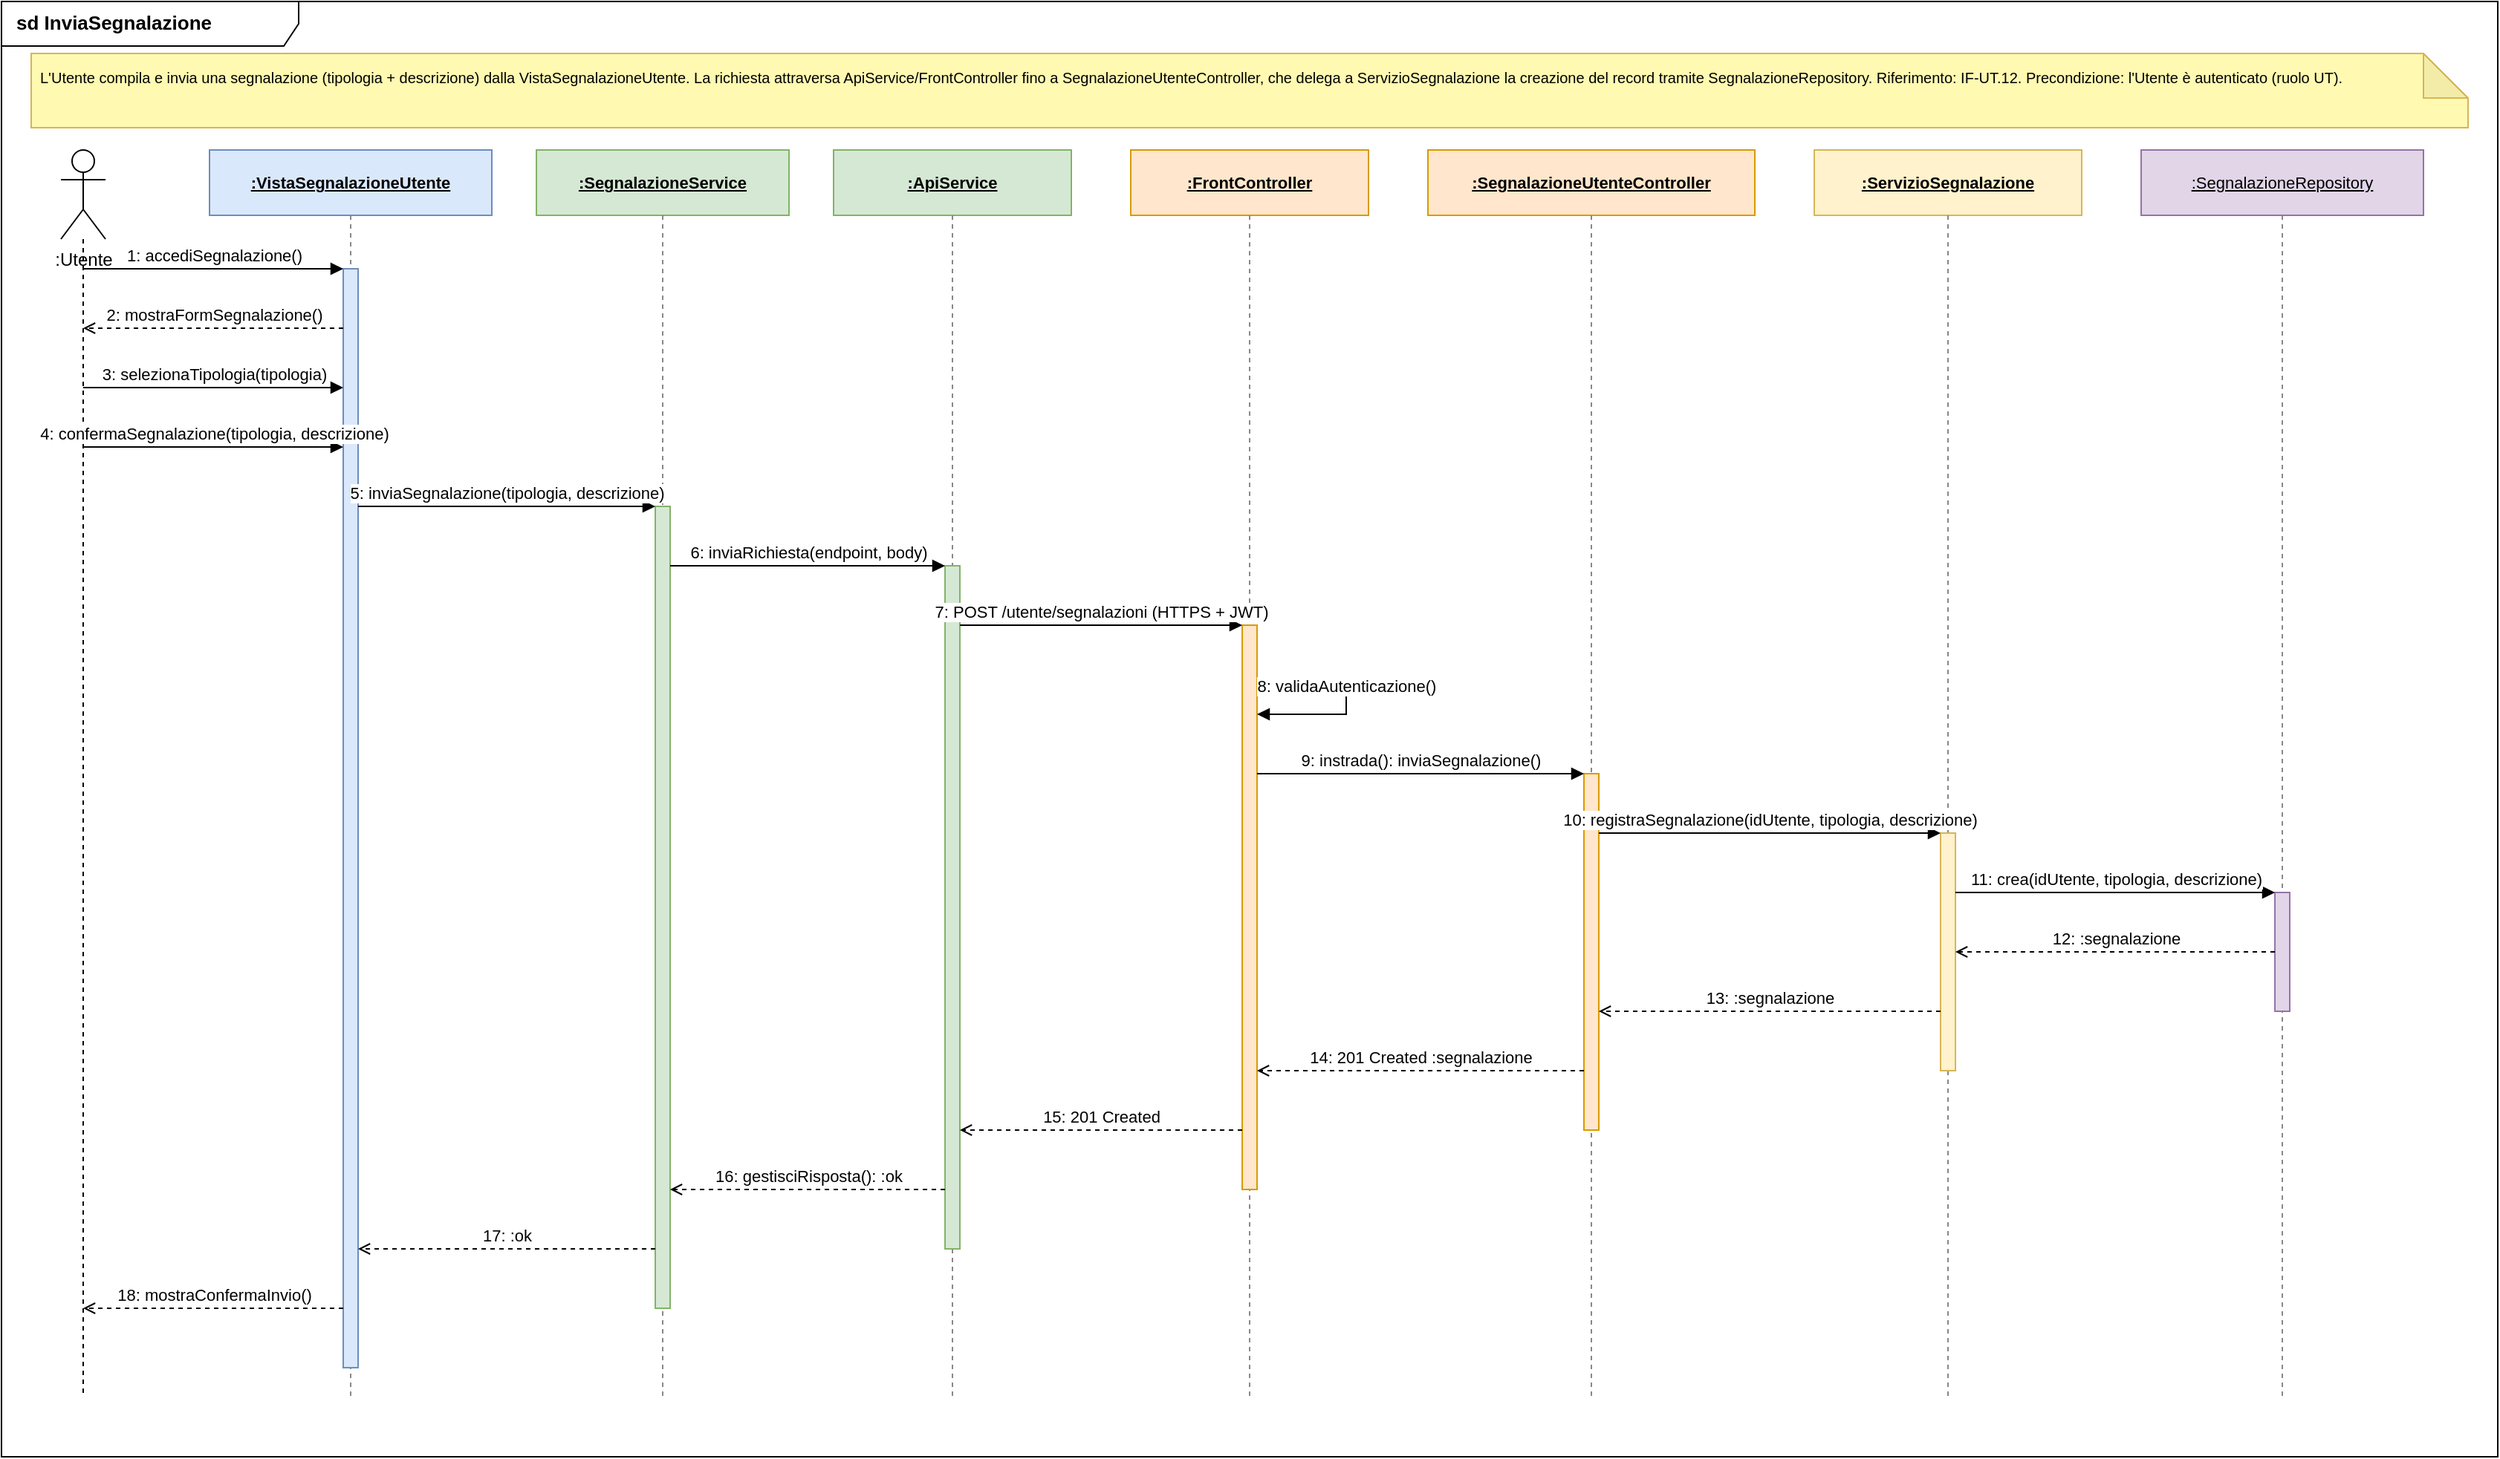
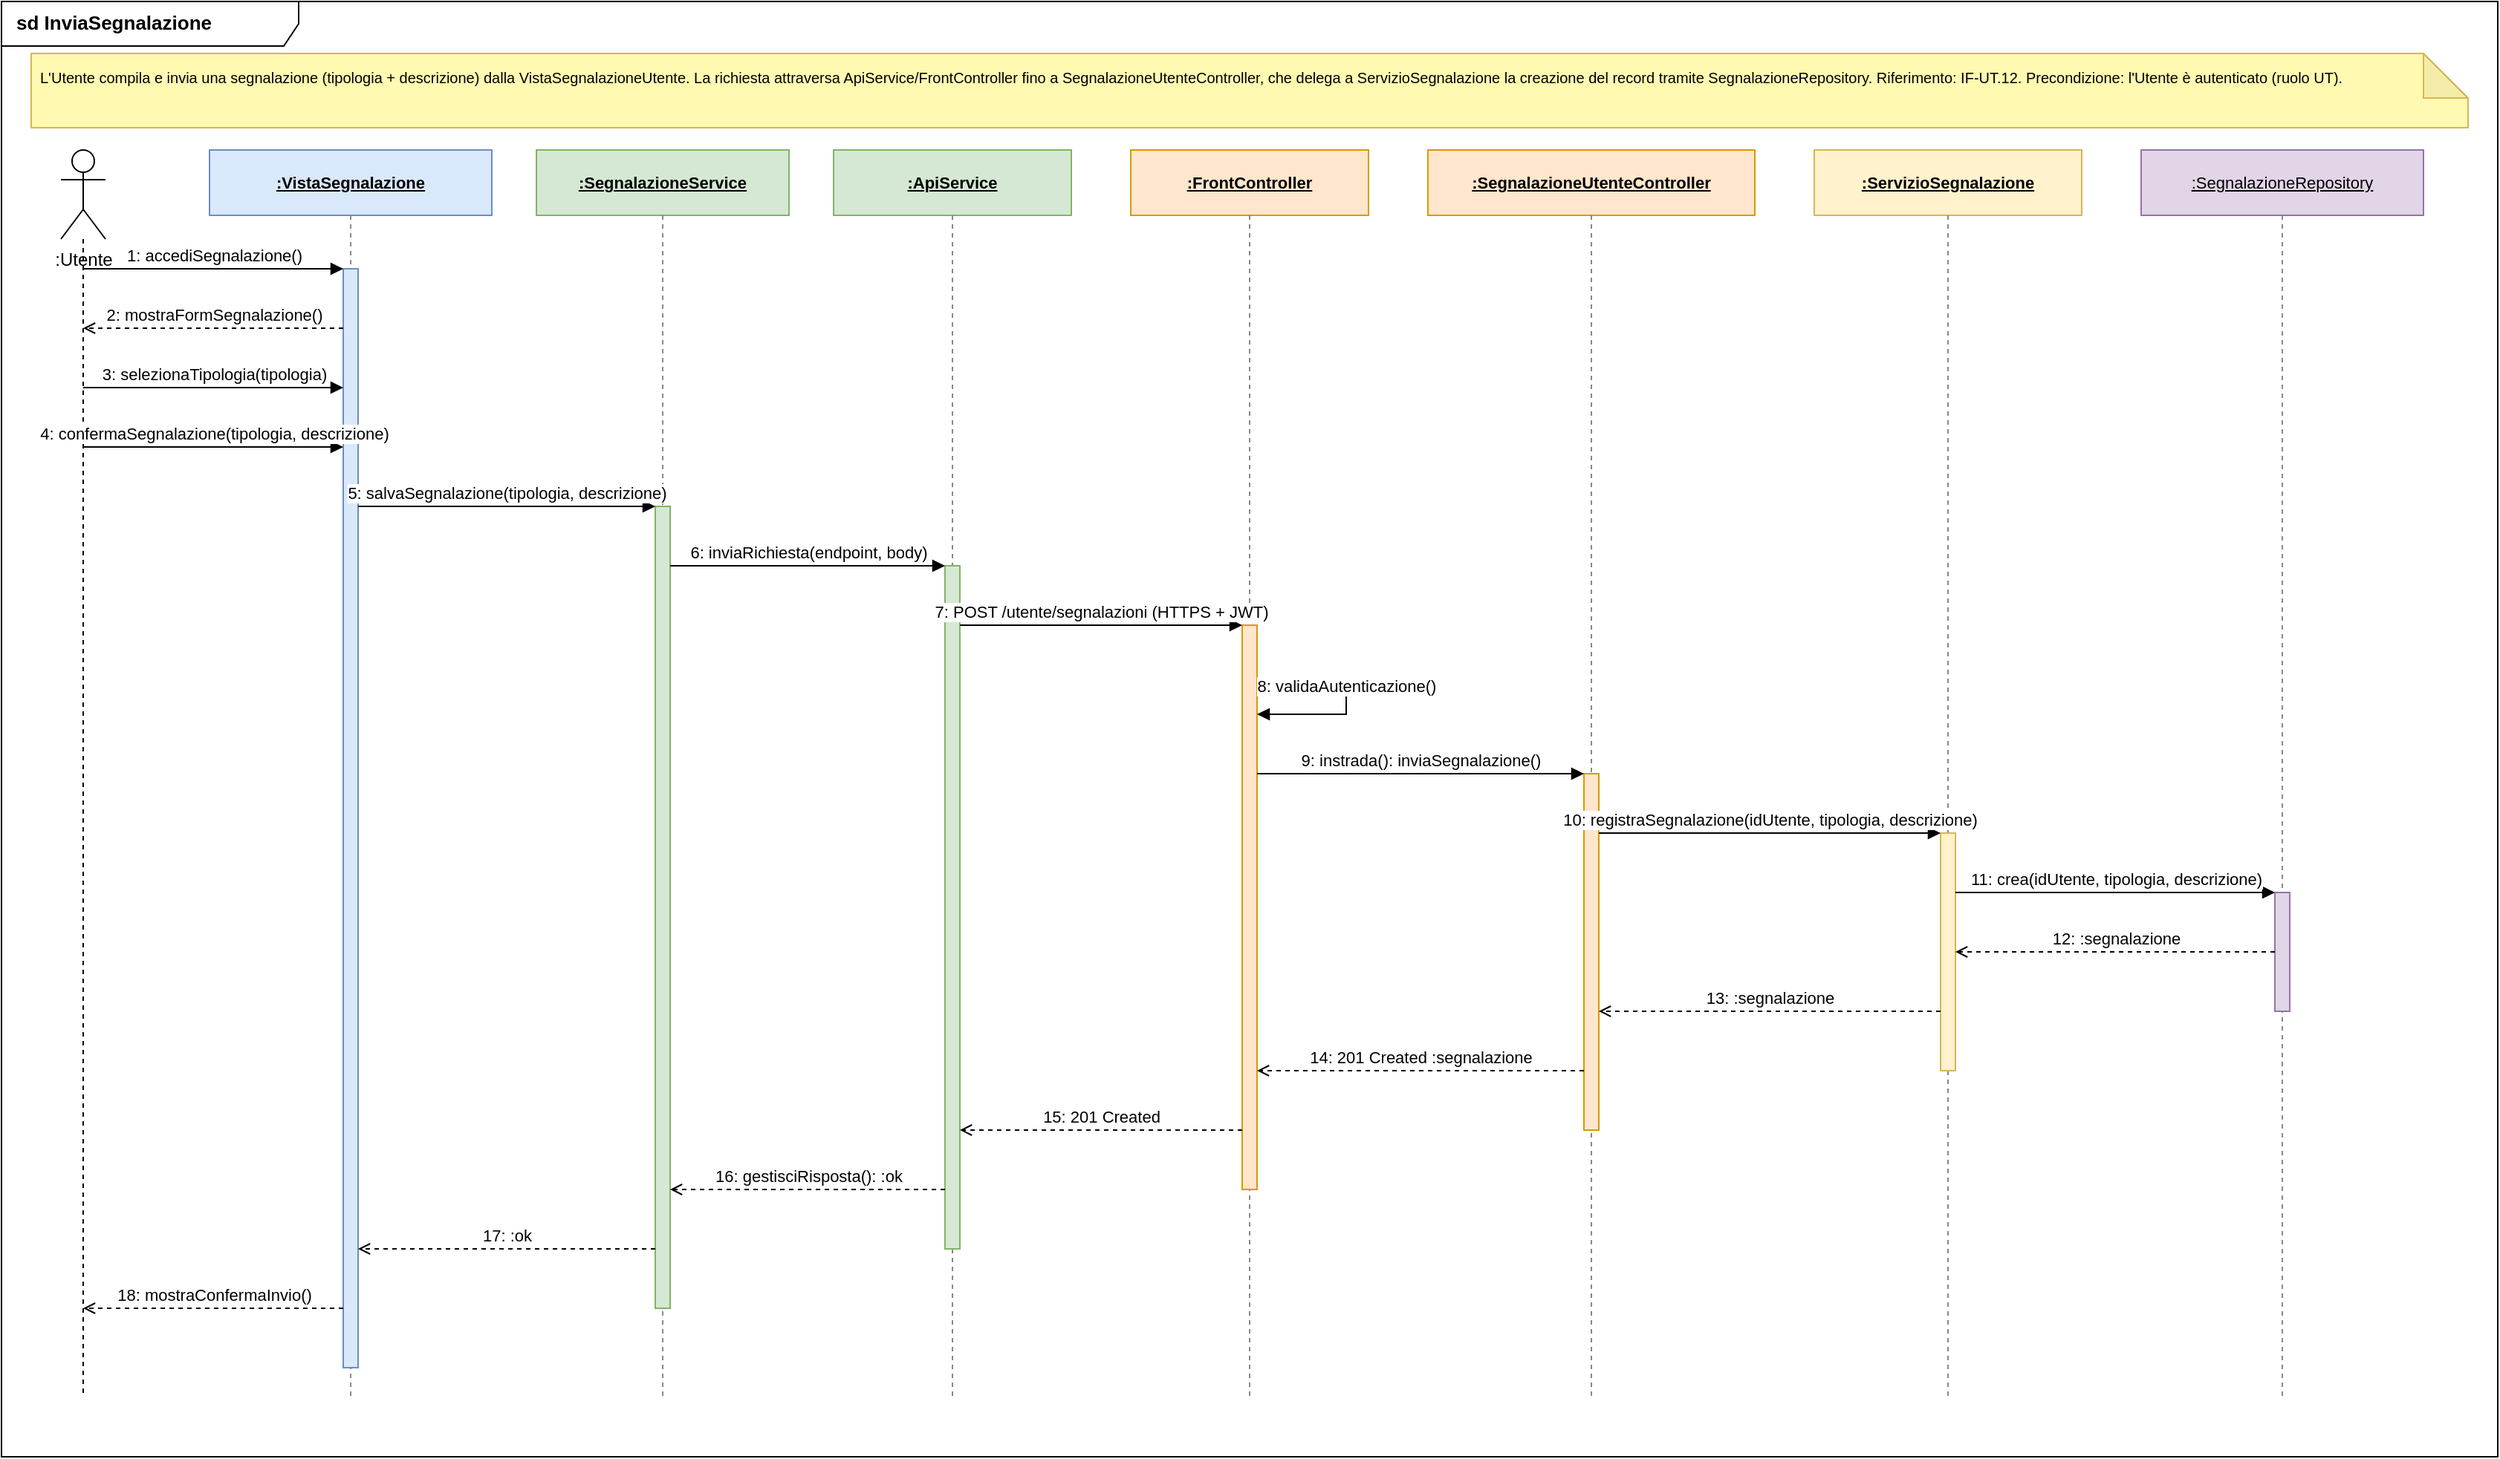
<mxfile host="65bd71144e">
    <diagram name="SD - IF-UT.12 InviaSegnalazione" id="0">
        <mxGraphModel dx="721" dy="613" grid="1" gridSize="10" guides="1" tooltips="1" connect="1" arrows="1" fold="1" page="1" pageScale="1" pageWidth="1700" pageHeight="1000" background="#FFFFFF" math="0" shadow="0">
            <root>
                <mxCell id="0"/>
                <mxCell id="1" parent="0"/>
                <mxCell id="frame" value="sd InviaSegnalazione" style="shape=umlFrame;whiteSpace=wrap;html=1;fontSize=13;fontStyle=1;align=left;spacingLeft=8;verticalAlign=top;width=200;height=30;" parent="1" vertex="1">
                    <mxGeometry x="20" y="20" width="1680" height="980" as="geometry"/>
                </mxCell>
                <mxCell id="note" value="L'Utente compila e invia una segnalazione (tipologia + descrizione) dalla VistaSegnalazioneUtente. La richiesta attraversa ApiService/FrontController fino a SegnalazioneUtenteController, che delega a ServizioSegnalazione la creazione del record tramite SegnalazioneRepository. Riferimento: IF-UT.12. Precondizione: l'Utente è autenticato (ruolo UT)." style="shape=note;whiteSpace=wrap;html=1;backgroundOutline=1;darkOpacity=0.05;fillColor=#FFF9B1;strokeColor=#d6b656;fontSize=10;align=left;verticalAlign=top;spacing=6;" parent="1" vertex="1">
                    <mxGeometry x="40" y="55" width="1640" height="50" as="geometry"/>
                </mxCell>
                <mxCell id="actor" value=":Utente" style="shape=umlActor;verticalLabelPosition=bottom;verticalAlign=top;html=1;outlineConnect=0;" parent="1" vertex="1">
                    <mxGeometry x="60" y="120" width="30" height="60" as="geometry"/>
                </mxCell>
                <mxCell id="actor_line" value="" style="endArrow=none;dashed=1;html=1;strokeColor=#000000;" parent="1" edge="1">
                    <mxGeometry relative="1" as="geometry">
                        <mxPoint x="75" y="180" as="sourcePoint"/>
                        <mxPoint x="75" y="960" as="targetPoint"/>
                    </mxGeometry>
                </mxCell>
-                 <mxCell id="lbl_vista" value="&lt;b&gt;&lt;u&gt;:VistaSegnalazioneUtente&lt;/u&gt;&lt;/b&gt;" style="rounded=0;whiteSpace=wrap;html=1;fillColor=#dae8fc;strokeColor=#6c8ebf;fontSize=11;" parent="1" vertex="1">
+                 <mxCell id="lbl_vista" value="&lt;b&gt;&lt;u&gt;:VistaSegnalazione&lt;/u&gt;&lt;/b&gt;" style="rounded=0;whiteSpace=wrap;html=1;fillColor=#dae8fc;strokeColor=#6c8ebf;fontSize=11;" parent="1" vertex="1">
                    <mxGeometry x="160" y="120" width="190" height="44" as="geometry"/>
                </mxCell>
                <mxCell id="line_vista" value="" style="endArrow=none;dashed=1;html=1;strokeColor=#888888;" parent="1" edge="1">
                    <mxGeometry relative="1" as="geometry">
                        <mxPoint x="255" y="164" as="sourcePoint"/>
                        <mxPoint x="255" y="960" as="targetPoint"/>
                    </mxGeometry>
                </mxCell>
                <mxCell id="lbl_svc_client" value="&lt;b&gt;&lt;u&gt;:SegnalazioneService&lt;/u&gt;&lt;/b&gt;" style="rounded=0;whiteSpace=wrap;html=1;fillColor=#d5e8d4;strokeColor=#82b366;fontSize=11;" parent="1" vertex="1">
                    <mxGeometry x="380" y="120" width="170" height="44" as="geometry"/>
                </mxCell>
                <mxCell id="line_svc_client" value="" style="endArrow=none;dashed=1;html=1;strokeColor=#888888;" parent="1" edge="1">
                    <mxGeometry relative="1" as="geometry">
                        <mxPoint x="465" y="164" as="sourcePoint"/>
                        <mxPoint x="465" y="960" as="targetPoint"/>
                    </mxGeometry>
                </mxCell>
                <mxCell id="lbl_api" value="&lt;b&gt;&lt;u&gt;:ApiService&lt;/u&gt;&lt;/b&gt;" style="rounded=0;whiteSpace=wrap;html=1;fillColor=#d5e8d4;strokeColor=#82b366;fontSize=11;" parent="1" vertex="1">
                    <mxGeometry x="580" y="120" width="160" height="44" as="geometry"/>
                </mxCell>
                <mxCell id="line_api" value="" style="endArrow=none;dashed=1;html=1;strokeColor=#888888;" parent="1" edge="1">
                    <mxGeometry relative="1" as="geometry">
                        <mxPoint x="660" y="164" as="sourcePoint"/>
                        <mxPoint x="660" y="960" as="targetPoint"/>
                    </mxGeometry>
                </mxCell>
                <mxCell id="lbl_front" value="&lt;b&gt;&lt;u&gt;:FrontController&lt;/u&gt;&lt;/b&gt;" style="rounded=0;whiteSpace=wrap;html=1;fillColor=#ffe6cc;strokeColor=#d79b00;fontSize=11;" parent="1" vertex="1">
                    <mxGeometry x="780" y="120" width="160" height="44" as="geometry"/>
                </mxCell>
                <mxCell id="line_front" value="" style="endArrow=none;dashed=1;html=1;strokeColor=#888888;" parent="1" edge="1">
                    <mxGeometry relative="1" as="geometry">
                        <mxPoint x="860" y="164" as="sourcePoint"/>
                        <mxPoint x="860" y="960" as="targetPoint"/>
                    </mxGeometry>
                </mxCell>
                <mxCell id="lbl_ctrl" value="&lt;b&gt;&lt;u&gt;:SegnalazioneUtenteController&lt;/u&gt;&lt;/b&gt;" style="rounded=0;whiteSpace=wrap;html=1;fillColor=#ffe6cc;strokeColor=#d79b00;fontSize=11;" parent="1" vertex="1">
                    <mxGeometry x="980" y="120" width="220" height="44" as="geometry"/>
                </mxCell>
                <mxCell id="line_ctrl" value="" style="endArrow=none;dashed=1;html=1;strokeColor=#888888;" parent="1" edge="1">
                    <mxGeometry relative="1" as="geometry">
                        <mxPoint x="1090" y="164" as="sourcePoint"/>
                        <mxPoint x="1090" y="960" as="targetPoint"/>
                    </mxGeometry>
                </mxCell>
                <mxCell id="lbl_svc" value="&lt;b&gt;&lt;u&gt;:ServizioSegnalazione&lt;/u&gt;&lt;/b&gt;" style="rounded=0;whiteSpace=wrap;html=1;fillColor=#fff2cc;strokeColor=#d6b656;fontSize=11;" parent="1" vertex="1">
                    <mxGeometry x="1240" y="120" width="180" height="44" as="geometry"/>
                </mxCell>
                <mxCell id="line_svc" value="" style="endArrow=none;dashed=1;html=1;strokeColor=#888888;" parent="1" edge="1">
                    <mxGeometry relative="1" as="geometry">
                        <mxPoint x="1330" y="164" as="sourcePoint"/>
                        <mxPoint x="1330" y="960" as="targetPoint"/>
                    </mxGeometry>
                </mxCell>
                <mxCell id="lbl_repo" value="&lt;u&gt;:SegnalazioneRepository&lt;/u&gt;" style="rounded=0;whiteSpace=wrap;html=1;fillColor=#e1d5e7;strokeColor=#9673a6;fontSize=11;" parent="1" vertex="1">
                    <mxGeometry x="1460" y="120" width="190" height="44" as="geometry"/>
                </mxCell>
                <mxCell id="line_repo" value="" style="endArrow=none;dashed=1;html=1;strokeColor=#888888;" parent="1" edge="1">
                    <mxGeometry relative="1" as="geometry">
                        <mxPoint x="1555" y="164" as="sourcePoint"/>
                        <mxPoint x="1555" y="960" as="targetPoint"/>
                    </mxGeometry>
                </mxCell>
                <mxCell id="act_vista" value="" style="html=1;points=[];perimeter=mxPerimeter.rectanglePerimeter;fillColor=#dae8fc;strokeColor=#6c8ebf;" parent="1" vertex="1">
                    <mxGeometry x="250" y="200" width="10" height="740" as="geometry"/>
                </mxCell>
                <mxCell id="act_svc_client" value="" style="html=1;points=[];perimeter=mxPerimeter.rectanglePerimeter;fillColor=#d5e8d4;strokeColor=#82b366;" parent="1" vertex="1">
                    <mxGeometry x="460" y="360" width="10" height="540" as="geometry"/>
                </mxCell>
                <mxCell id="act_api" value="" style="html=1;points=[];perimeter=mxPerimeter.rectanglePerimeter;fillColor=#d5e8d4;strokeColor=#82b366;" parent="1" vertex="1">
                    <mxGeometry x="655" y="400" width="10" height="460" as="geometry"/>
                </mxCell>
                <mxCell id="act_front" value="" style="html=1;points=[];perimeter=mxPerimeter.rectanglePerimeter;fillColor=#ffe6cc;strokeColor=#d79b00;" parent="1" vertex="1">
                    <mxGeometry x="855" y="440" width="10" height="380" as="geometry"/>
                </mxCell>
                <mxCell id="act_ctrl" value="" style="html=1;points=[];perimeter=mxPerimeter.rectanglePerimeter;fillColor=#ffe6cc;strokeColor=#d79b00;" parent="1" vertex="1">
                    <mxGeometry x="1085" y="540" width="10" height="240" as="geometry"/>
                </mxCell>
                <mxCell id="act_svc" value="" style="html=1;points=[];perimeter=mxPerimeter.rectanglePerimeter;fillColor=#fff2cc;strokeColor=#d6b656;" parent="1" vertex="1">
                    <mxGeometry x="1325" y="580" width="10" height="160" as="geometry"/>
                </mxCell>
                <mxCell id="act_repo" value="" style="html=1;points=[];perimeter=mxPerimeter.rectanglePerimeter;fillColor=#e1d5e7;strokeColor=#9673a6;" parent="1" vertex="1">
                    <mxGeometry x="1550" y="620" width="10" height="80" as="geometry"/>
                </mxCell>
                <mxCell id="m1" value="1: accediSegnalazione()" style="html=1;verticalAlign=bottom;endArrow=block;endFill=1;fontSize=11;" parent="1" edge="1">
                    <mxGeometry relative="1" as="geometry">
                        <mxPoint x="75" y="200" as="sourcePoint"/>
                        <mxPoint x="250" y="200" as="targetPoint"/>
                    </mxGeometry>
                </mxCell>
                <mxCell id="m2" value="2: mostraFormSegnalazione()" style="html=1;verticalAlign=bottom;dashed=1;endArrow=open;endFill=0;fontSize=11;" parent="1" edge="1">
                    <mxGeometry relative="1" as="geometry">
                        <mxPoint x="250" y="240" as="sourcePoint"/>
                        <mxPoint x="75" y="240" as="targetPoint"/>
                    </mxGeometry>
                </mxCell>
                <mxCell id="m3" value="3: selezionaTipologia(tipologia)" style="html=1;verticalAlign=bottom;endArrow=block;endFill=1;fontSize=11;" parent="1" edge="1">
                    <mxGeometry relative="1" as="geometry">
                        <mxPoint x="75" y="280" as="sourcePoint"/>
                        <mxPoint x="250" y="280" as="targetPoint"/>
                    </mxGeometry>
                </mxCell>
                <mxCell id="m4" value="4: confermaSegnalazione(tipologia, descrizione)" style="html=1;verticalAlign=bottom;endArrow=block;endFill=1;fontSize=11;" parent="1" edge="1">
                    <mxGeometry relative="1" as="geometry">
                        <mxPoint x="75" y="320" as="sourcePoint"/>
                        <mxPoint x="250" y="320" as="targetPoint"/>
                    </mxGeometry>
                </mxCell>
-                 <mxCell id="m5" value="5: inviaSegnalazione(tipologia, descrizione)" style="html=1;verticalAlign=bottom;endArrow=block;endFill=1;fontSize=11;" parent="1" edge="1">
+                 <mxCell id="m5" value="5: salvaSegnalazione(tipologia, descrizione)" style="html=1;verticalAlign=bottom;endArrow=block;endFill=1;fontSize=11;" parent="1" edge="1">
                    <mxGeometry relative="1" as="geometry">
                        <mxPoint x="260" y="360" as="sourcePoint"/>
                        <mxPoint x="460" y="360" as="targetPoint"/>
                    </mxGeometry>
                </mxCell>
                <mxCell id="m6" value="6: inviaRichiesta(endpoint, body)" style="html=1;verticalAlign=bottom;endArrow=block;endFill=1;fontSize=11;" parent="1" edge="1">
                    <mxGeometry relative="1" as="geometry">
                        <mxPoint x="470" y="400" as="sourcePoint"/>
                        <mxPoint x="655" y="400" as="targetPoint"/>
                    </mxGeometry>
                </mxCell>
                <mxCell id="m7" value="7: POST /utente/segnalazioni (HTTPS + JWT)" style="html=1;verticalAlign=bottom;endArrow=block;endFill=1;fontSize=11;" parent="1" edge="1">
                    <mxGeometry relative="1" as="geometry">
                        <mxPoint x="665" y="440" as="sourcePoint"/>
                        <mxPoint x="855" y="440" as="targetPoint"/>
                    </mxGeometry>
                </mxCell>
                <mxCell id="m8" value="8: validaAutenticazione()" style="html=1;verticalAlign=bottom;endArrow=block;endFill=1;fontSize=11;rounded=0;" parent="1" edge="1">
                    <mxGeometry relative="1" as="geometry">
                        <Array as="points">
                            <mxPoint x="925" y="480"/>
                            <mxPoint x="925" y="500"/>
                        </Array>
                        <mxPoint x="865" y="480" as="sourcePoint"/>
                        <mxPoint x="865" y="500" as="targetPoint"/>
                    </mxGeometry>
                </mxCell>
                <mxCell id="m9" value="9: instrada(): inviaSegnalazione()" style="html=1;verticalAlign=bottom;endArrow=block;endFill=1;fontSize=11;" parent="1" edge="1">
                    <mxGeometry relative="1" as="geometry">
                        <mxPoint x="865" y="540" as="sourcePoint"/>
                        <mxPoint x="1085" y="540" as="targetPoint"/>
                    </mxGeometry>
                </mxCell>
                <mxCell id="m10" value="10: registraSegnalazione(idUtente, tipologia, descrizione)" style="html=1;verticalAlign=bottom;endArrow=block;endFill=1;fontSize=11;" parent="1" edge="1">
                    <mxGeometry relative="1" as="geometry">
                        <mxPoint x="1095" y="580" as="sourcePoint"/>
                        <mxPoint x="1325" y="580" as="targetPoint"/>
                    </mxGeometry>
                </mxCell>
                <mxCell id="m11" value="11: crea(idUtente, tipologia, descrizione)" style="html=1;verticalAlign=bottom;endArrow=block;endFill=1;fontSize=11;" parent="1" edge="1">
                    <mxGeometry relative="1" as="geometry">
                        <mxPoint x="1335" y="620" as="sourcePoint"/>
                        <mxPoint x="1550" y="620" as="targetPoint"/>
                    </mxGeometry>
                </mxCell>
                <mxCell id="m12" value="12: :segnalazione" style="html=1;verticalAlign=bottom;dashed=1;endArrow=open;endFill=0;fontSize=11;" parent="1" edge="1">
                    <mxGeometry relative="1" as="geometry">
                        <mxPoint x="1550" y="660" as="sourcePoint"/>
                        <mxPoint x="1335" y="660" as="targetPoint"/>
                    </mxGeometry>
                </mxCell>
                <mxCell id="m13" value="13: :segnalazione" style="html=1;verticalAlign=bottom;dashed=1;endArrow=open;endFill=0;fontSize=11;" parent="1" edge="1">
                    <mxGeometry relative="1" as="geometry">
                        <mxPoint x="1325" y="700" as="sourcePoint"/>
                        <mxPoint x="1095" y="700" as="targetPoint"/>
                    </mxGeometry>
                </mxCell>
                <mxCell id="m14" value="14: 201 Created :segnalazione" style="html=1;verticalAlign=bottom;dashed=1;endArrow=open;endFill=0;fontSize=11;" parent="1" edge="1">
                    <mxGeometry relative="1" as="geometry">
                        <mxPoint x="1085" y="740" as="sourcePoint"/>
                        <mxPoint x="865" y="740" as="targetPoint"/>
                    </mxGeometry>
                </mxCell>
                <mxCell id="m15" value="15: 201 Created" style="html=1;verticalAlign=bottom;dashed=1;endArrow=open;endFill=0;fontSize=11;" parent="1" edge="1">
                    <mxGeometry relative="1" as="geometry">
                        <mxPoint x="855" y="780" as="sourcePoint"/>
                        <mxPoint x="665" y="780" as="targetPoint"/>
                    </mxGeometry>
                </mxCell>
                <mxCell id="m16" value="16: gestisciRisposta(): :ok" style="html=1;verticalAlign=bottom;dashed=1;endArrow=open;endFill=0;fontSize=11;" parent="1" edge="1">
                    <mxGeometry relative="1" as="geometry">
                        <mxPoint x="655" y="820" as="sourcePoint"/>
                        <mxPoint x="470" y="820" as="targetPoint"/>
                    </mxGeometry>
                </mxCell>
                <mxCell id="m17" value="17: :ok" style="html=1;verticalAlign=bottom;dashed=1;endArrow=open;endFill=0;fontSize=11;" parent="1" edge="1">
                    <mxGeometry relative="1" as="geometry">
                        <mxPoint x="460" y="860" as="sourcePoint"/>
                        <mxPoint x="260" y="860" as="targetPoint"/>
                    </mxGeometry>
                </mxCell>
                <mxCell id="m18" value="18: mostraConfermaInvio()" style="html=1;verticalAlign=bottom;dashed=1;endArrow=open;endFill=0;fontSize=11;" parent="1" edge="1">
                    <mxGeometry relative="1" as="geometry">
                        <mxPoint x="250" y="900" as="sourcePoint"/>
                        <mxPoint x="75" y="900" as="targetPoint"/>
                    </mxGeometry>
                </mxCell>
            </root>
        </mxGraphModel>
    </diagram>
</mxfile>